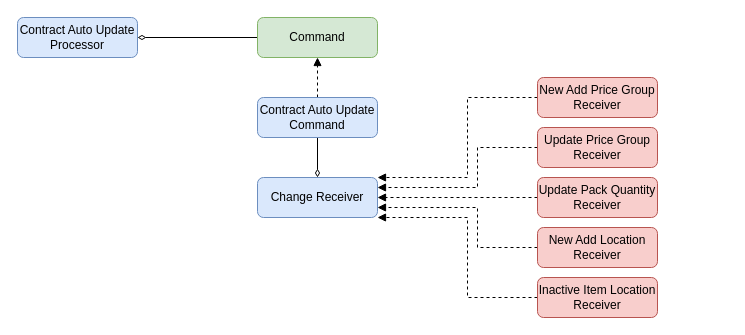
Above: Contract Auto Update Command Pattern.drawio in dajin-kingland/UMLdiagrams (draw.io), before the change. Source tidied: cells renumbered, new cells numbered last; positions are measured from the earlier drawing's top-left corner, leaving out a move shared by most shapes. Both pictures are drawn from the tidied source at 100%, with x=0, y=0 at pixel (17, 17).
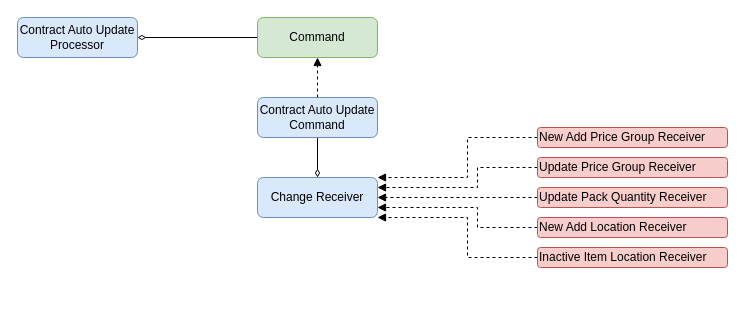
After the change.

Unchanged cells that the change refers to:
```xml
<mxCell id="6" value="Change Receiver" style="rounded=1;whiteSpace=wrap;html=1;fillColor=#dae8fc;strokeColor=#6c8ebf;" parent="1" vertex="1">
  <mxGeometry x="240" y="160" width="120" height="40" as="geometry" />
</mxCell>
```

Change to the diagram source:
```diff
@@
     <mxCell id="9" style="edgeStyle=orthogonalEdgeStyle;rounded=0;jettySize=auto;html=1;entryX=1;entryY=0;entryDx=0;entryDy=0;startArrow=none;startFill=0;endArrow=block;endFill=1;exitX=0;exitY=0.5;exitDx=0;exitDy=0;dashed=1;" parent="1" edge="1" source="10" target="6">
       <mxGeometry relative="1" as="geometry">
         <Array as="points">
-          <mxPoint x="450" y="80" />
+          <mxPoint x="450" y="120" />
           <mxPoint x="450" y="160" />
         </Array>
       </mxGeometry>
     </mxCell>
-    <mxCell id="10" value="New Add Price Group Receiver" style="rounded=1;whiteSpace=wrap;html=1;fillColor=#f8cecc;strokeColor=#b85450;" parent="1" vertex="1">
-      <mxGeometry x="520" y="60" width="120" height="40" as="geometry" />
+    <mxCell id="10" value="New Add Price Group Receiver" style="rounded=1;whiteSpace=wrap;html=1;fillColor=#f8cecc;strokeColor=#b85450;align=left;" parent="1" vertex="1">
+      <mxGeometry x="520" y="110" width="190" height="20" as="geometry" />
     </mxCell>
     <mxCell id="11" style="edgeStyle=orthogonalEdgeStyle;rounded=0;jettySize=auto;html=1;entryX=1;entryY=0.25;entryDx=0;entryDy=0;dashed=1;startArrow=none;startFill=0;endArrow=block;endFill=1;exitX=0;exitY=0.5;exitDx=0;exitDy=0;" parent="1" edge="1" source="12" target="6">
       <mxGeometry relative="1" as="geometry">
         <Array as="points">
-          <mxPoint x="460" y="130" />
+          <mxPoint x="460" y="150" />
           <mxPoint x="460" y="170" />
         </Array>
       </mxGeometry>
     </mxCell>
-    <mxCell id="12" value="Update Price Group Receiver" style="rounded=1;whiteSpace=wrap;html=1;fillColor=#f8cecc;strokeColor=#b85450;" parent="1" vertex="1">
-      <mxGeometry x="520" y="110" width="120" height="40" as="geometry" />
+    <mxCell id="12" value="Update Price Group Receiver" style="rounded=1;whiteSpace=wrap;html=1;fillColor=#f8cecc;strokeColor=#b85450;align=left;" parent="1" vertex="1">
+      <mxGeometry x="520" y="140" width="190" height="20" as="geometry" />
     </mxCell>
@@
-    <mxCell id="14" value="Update Pack Quantity Receiver" style="rounded=1;whiteSpace=wrap;html=1;fillColor=#f8cecc;strokeColor=#b85450;" parent="1" vertex="1">
-      <mxGeometry x="520" y="160" width="120" height="40" as="geometry" />
+    <mxCell id="14" value="Update Pack Quantity Receiver" style="rounded=1;whiteSpace=wrap;html=1;fillColor=#f8cecc;strokeColor=#b85450;align=left;" parent="1" vertex="1">
+      <mxGeometry x="520" y="170" width="190" height="20" as="geometry" />
     </mxCell>
     <mxCell id="15" style="edgeStyle=orthogonalEdgeStyle;rounded=0;jettySize=auto;html=1;entryX=1;entryY=0.75;entryDx=0;entryDy=0;dashed=1;startArrow=none;startFill=0;endArrow=block;endFill=1;exitX=0;exitY=0.5;exitDx=0;exitDy=0;" parent="1" edge="1" source="16" target="6">
       <mxGeometry relative="1" as="geometry">
         <Array as="points">
-          <mxPoint x="460" y="230" />
+          <mxPoint x="460" y="210" />
           <mxPoint x="460" y="190" />
         </Array>
       </mxGeometry>
     </mxCell>
-    <mxCell id="16" value="New Add Location Receiver" style="rounded=1;whiteSpace=wrap;html=1;fillColor=#f8cecc;strokeColor=#b85450;" parent="1" vertex="1">
-      <mxGeometry x="520" y="210" width="120" height="40" as="geometry" />
+    <mxCell id="16" value="New Add Location Receiver" style="rounded=1;whiteSpace=wrap;html=1;fillColor=#f8cecc;strokeColor=#b85450;align=left;" parent="1" vertex="1">
+      <mxGeometry x="520" y="200" width="190" height="20" as="geometry" />
     </mxCell>
     <mxCell id="17" style="edgeStyle=orthogonalEdgeStyle;rounded=0;jettySize=auto;html=1;entryX=1;entryY=1;entryDx=0;entryDy=0;dashed=1;startArrow=none;startFill=0;endArrow=block;endFill=1;exitX=0;exitY=0.5;exitDx=0;exitDy=0;" parent="1" edge="1" source="18" target="6">
       <mxGeometry relative="1" as="geometry">
         <Array as="points">
-          <mxPoint x="450" y="280" />
+          <mxPoint x="450" y="240" />
           <mxPoint x="450" y="200" />
         </Array>
       </mxGeometry>
     </mxCell>
-    <mxCell id="18" value="Inactive Item Location Receiver" style="rounded=1;whiteSpace=wrap;html=1;fillColor=#f8cecc;strokeColor=#b85450;" parent="1" vertex="1">
-      <mxGeometry x="520" y="260" width="120" height="40" as="geometry" />
+    <mxCell id="18" value="Inactive Item Location Receiver" style="rounded=1;whiteSpace=wrap;html=1;fillColor=#f8cecc;strokeColor=#b85450;align=left;" parent="1" vertex="1">
+      <mxGeometry x="520" y="230" width="190" height="20" as="geometry" />
     </mxCell>
```
